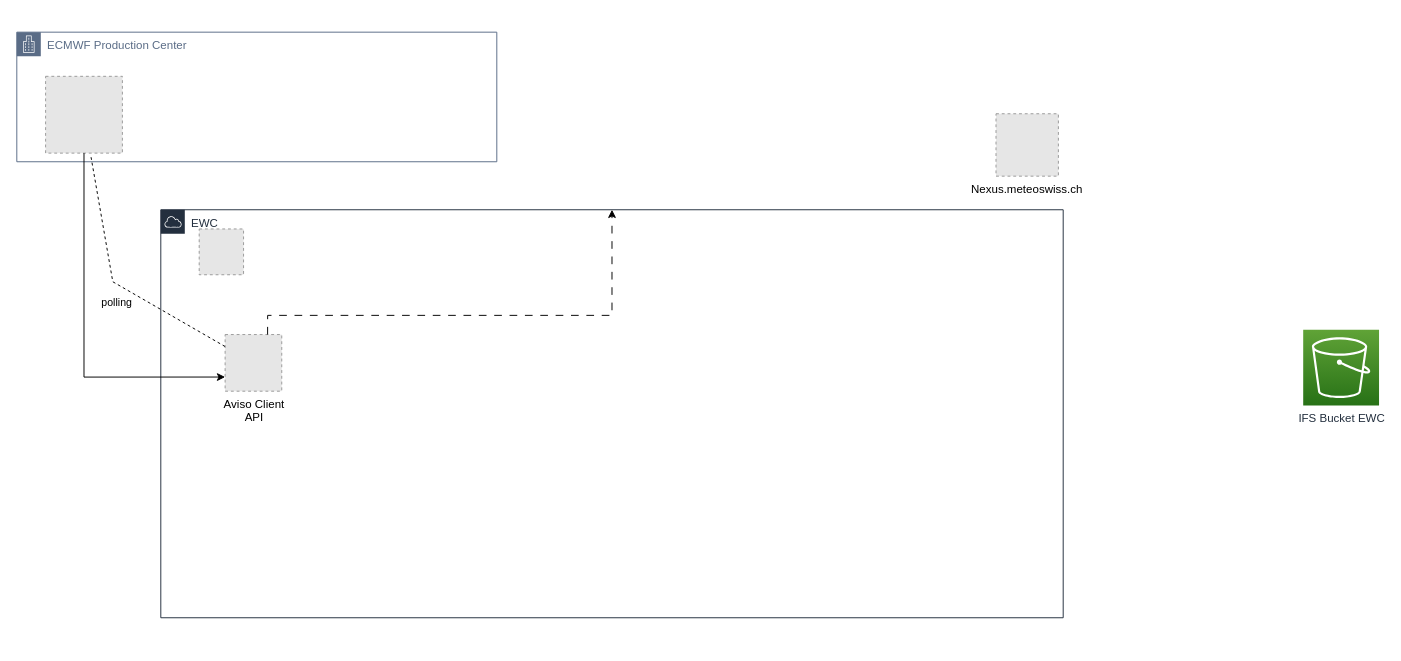
Earlier version of the draw.io diagram EWC Version von Flexpart-poc.drawio (victoria-cherkas/aws_poc_design). Source tidied: cells renumbered, new cells numbered last; positions are measured from the earlier drawing's top-left corner, leaving out a move shared by most shapes. Both pictures are drawn from the tidied source at 96%, with x=0, y=0 at pixel (16, 32). Pictures stored in the file or linked from it are replaced by grey dashed boxes.
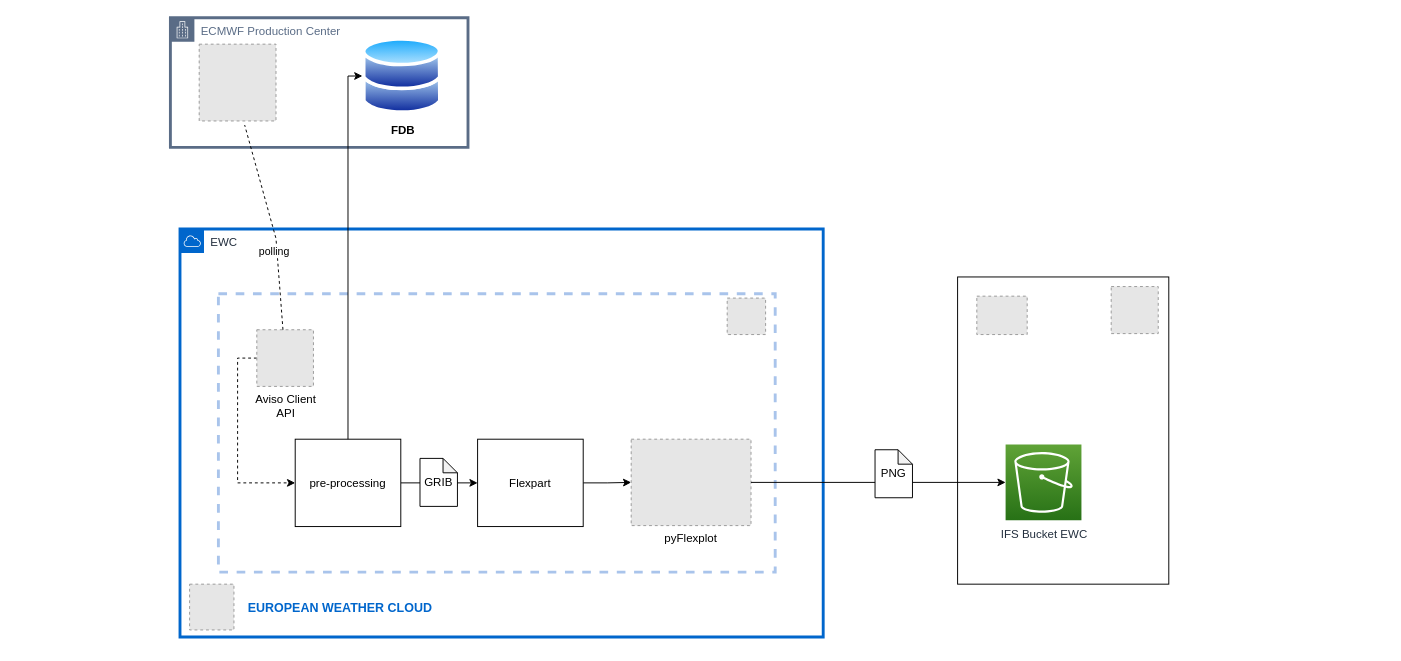
The same diagram, later.

What changed in the source:
```diff
@@
-    <mxCell id="2" value="Nexus.meteoswiss.ch" style="fillColor=#E6E6E6;strokeColor=#999999;dashed=1;verticalLabelPosition=bottom;labelBackgroundColor=default;verticalAlign=top;" parent="1" vertex="1">
-      <mxGeometry x="1020" y="85" width="65" height="65" as="geometry" />
-    </mxCell>
+    <mxCell id="14" style="rounded=0;whiteSpace=wrap;html=1;fillColor=none;" parent="1" vertex="1">
+      <mxGeometry x="980" y="255" width="220" height="320" as="geometry" />
+    </mxCell>
-    <mxCell id="3" value="EWC" style="points=[[0,0],[0.25,0],[0.5,0],[0.75,0],[1,0],[1,0.25],[1,0.5],[1,0.75],[1,1],[0.75,1],[0.5,1],[0.25,1],[0,1],[0,0.75],[0,0.5],[0,0.25]];outlineConnect=0;gradientColor=none;html=1;whiteSpace=wrap;fontSize=12;fontStyle=0;shape=mxgraph.aws4.group;grIcon=mxgraph.aws4.group_aws_cloud;strokeColor=#232F3E;fillColor=none;verticalAlign=top;align=left;spacingLeft=30;fontColor=#232F3E;dashed=0;" parent="1" vertex="1">
-      <mxGeometry x="150" y="185" width="940" height="425" as="geometry" />
+    <mxCell id="3" value="EWC" style="points=[[0,0],[0.25,0],[0.5,0],[0.75,0],[1,0],[1,0.25],[1,0.5],[1,0.75],[1,1],[0.75,1],[0.5,1],[0.25,1],[0,1],[0,0.75],[0,0.5],[0,0.25]];outlineConnect=0;gradientColor=none;html=1;whiteSpace=wrap;fontSize=12;fontStyle=0;shape=mxgraph.aws4.group;grIcon=mxgraph.aws4.group_aws_cloud;strokeColor=#0066CC;fillColor=none;verticalAlign=top;align=left;spacingLeft=30;fontColor=#232F3E;strokeWidth=3;" parent="1" vertex="1">
+      <mxGeometry x="170" y="205" width="670" height="425" as="geometry" />
     </mxCell>
+    <mxCell id="15" style="rounded=0;whiteSpace=wrap;html=1;fillColor=none;strokeColor=#A9C4EB;strokeWidth=3;dashed=1;perimeterSpacing=3;" parent="3" vertex="1">
+      <mxGeometry x="40" y="67.5" width="580" height="290" as="geometry" />
+    </mxCell>
+    <mxCell id="16" style="edgeStyle=orthogonalEdgeStyle;rounded=0;jettySize=auto;html=1;entryX=0;entryY=0.5;entryDx=0;entryDy=0;exitX=0;exitY=0.5;exitDx=0;exitDy=0;dashed=1;" parent="3" edge="1" source="4" target="18">
+      <mxGeometry relative="1" as="geometry" />
+    </mxCell>
     <mxCell id="4" value="&lt;div&gt;Aviso Client &lt;br&gt;&lt;/div&gt;&lt;div&gt;API&lt;/div&gt;" style="fillColor=#E6E6E6;strokeColor=#999999;dashed=1;html=1;verticalAlign=top;verticalLabelPosition=bottom;labelBackgroundColor=#ffffff;" parent="3" vertex="1">
-      <mxGeometry x="67" y="130" width="59" height="59" as="geometry" />
+      <mxGeometry x="80" y="105" width="59" height="59" as="geometry" />
     </mxCell>
     <mxCell id="5" style="fillColor=#E6E6E6;strokeColor=#999999;dashed=1;verticalLabelPosition=bottom;labelBackgroundColor=default;verticalAlign=top;" parent="3" vertex="1">
-      <mxGeometry x="40" y="20" width="46.2" height="47.7" as="geometry" />
+      <mxGeometry x="10" y="370" width="46.2" height="47.7" as="geometry" />
     </mxCell>
-    <mxCell id="6" style="edgeStyle=orthogonalEdgeStyle;rounded=0;jettySize=auto;html=1;exitX=0.75;exitY=0;exitDx=0;exitDy=0;dashed=1;dashPattern=8 8;" parent="3" edge="1" source="4" target="3">
-      <mxGeometry relative="1" as="geometry" />
-    </mxCell>
+    <mxCell id="17" style="edgeStyle=orthogonalEdgeStyle;rounded=0;jettySize=auto;html=1;exitX=1;exitY=0.5;exitDx=0;exitDy=0;entryX=0;entryY=0.5;entryDx=0;entryDy=0;" parent="3" edge="1" source="18" target="20">
+      <mxGeometry relative="1" as="geometry" />
+    </mxCell>
+    <mxCell id="18" value="pre-processing" style="rounded=0;whiteSpace=wrap;html=1;" parent="3" vertex="1">
+      <mxGeometry x="120" y="219" width="110" height="91" as="geometry" />
+    </mxCell>
+    <mxCell id="19" style="edgeStyle=orthogonalEdgeStyle;rounded=0;jettySize=auto;html=1;exitX=1;exitY=0.5;exitDx=0;exitDy=0;entryX=0;entryY=0.5;entryDx=0;entryDy=0;" parent="3" edge="1" source="20" target="23">
+      <mxGeometry relative="1" as="geometry" />
+    </mxCell>
+    <mxCell id="20" value="Flexpart" style="rounded=0;whiteSpace=wrap;html=1;" parent="3" vertex="1">
+      <mxGeometry x="310" y="219" width="110" height="91" as="geometry" />
+    </mxCell>
+    <mxCell id="21" style="fillColor=#E6E6E6;strokeColor=#999999;dashed=1;html=1;verticalLabelPosition=bottom;labelBackgroundColor=#ffffff;verticalAlign=top;fontColor=default;" parent="3" vertex="1">
+      <mxGeometry x="570" y="72" width="40" height="38" as="geometry" />
+    </mxCell>
+    <mxCell id="22" value="&lt;b&gt;&lt;font color=&quot;#0066cc&quot; style=&quot;font-size: 13px;&quot;&gt;EUROPEAN WEATHER CLOUD&lt;/font&gt;&lt;/b&gt;" style="text;html=1;strokeColor=none;fillColor=none;align=center;verticalAlign=middle;whiteSpace=wrap;rounded=0;" parent="3" vertex="1">
+      <mxGeometry x="67" y="378.9" width="200" height="30" as="geometry" />
+    </mxCell>
+    <mxCell id="23" value="pyFlexplot" style="fillColor=#E6E6E6;strokeColor=#999999;dashed=1;verticalLabelPosition=bottom;verticalAlign=top;" parent="3" vertex="1">
+      <mxGeometry x="470" y="219" width="124.8" height="90" as="geometry" />
+    </mxCell>
+    <mxCell id="24" value="GRIB" style="shape=note;whiteSpace=wrap;html=1;backgroundOutline=1;darkOpacity=0.05;size=15;" parent="3" vertex="1">
+      <mxGeometry x="250" y="239" width="39" height="50" as="geometry" />
+    </mxCell>
-    <mxCell id="7" value="ECMWF Production Center" style="gradientColor=none;html=1;whiteSpace=wrap;fontSize=12;fontStyle=0;shape=mxgraph.aws4.group;grIcon=mxgraph.aws4.group_corporate_data_center;strokeColor=#5A6C86;fillColor=none;verticalAlign=top;align=left;spacingLeft=30;fontColor=#5A6C86;dashed=0;" parent="1" vertex="1">
-      <mxGeometry width="500" height="135" as="geometry" />
+    <mxCell id="7" value="ECMWF Production Center" style="gradientColor=none;html=1;whiteSpace=wrap;fontSize=12;fontStyle=0;shape=mxgraph.aws4.group;grIcon=mxgraph.aws4.group_corporate_data_center;strokeColor=#5A6C86;fillColor=none;verticalAlign=top;align=left;spacingLeft=30;fontColor=#5A6C86;strokeWidth=3;" parent="1" vertex="1">
+      <mxGeometry x="160" y="-15" width="310" height="135" as="geometry" />
     </mxCell>
     <mxCell id="8" style="fillColor=#E6E6E6;strokeColor=#999999;dashed=1;verticalLabelPosition=bottom;labelBackgroundColor=default;verticalAlign=top;" parent="7" vertex="1">
-      <mxGeometry x="30" y="46" width="80" height="80" as="geometry" />
+      <mxGeometry x="30" y="27.5" width="80" height="80" as="geometry" />
     </mxCell>
+    <mxCell id="25" value="&lt;b&gt;FDB&lt;/b&gt;" style="image;perimeter=ellipsePerimeter;html=1;align=center;shadow=0;dashed=0;spacingTop=3;image=img/lib/active_directory/databases.svg;" parent="7" vertex="1">
+      <mxGeometry x="200" y="20" width="83" height="81.3" as="geometry" />
+    </mxCell>
     <mxCell id="9" style="endArrow=none;dashed=1;html=1;rounded=0;entryX=0.592;entryY=1.053;entryDx=0;entryDy=0;entryPerimeter=0;" parent="1" edge="1" source="4" target="8">
       <mxGeometry relative="1" as="geometry">
         <Array as="points">
-          <mxPoint x="100" y="260" />
+          <mxPoint x="270" y="215" />
         </Array>
       </mxGeometry>
     </mxCell>
@@
-    <mxCell id="11" style="edgeStyle=orthogonalEdgeStyle;rounded=0;jettySize=auto;html=1;exitX=0.5;exitY=1;exitDx=0;exitDy=0;entryX=0;entryY=0.75;entryDx=0;entryDy=0;" parent="1" edge="1" source="8" target="4">
-      <mxGeometry relative="1" as="geometry" />
-    </mxCell>
@@
     <mxCell id="13" value="IFS Bucket EWC&lt;br&gt;" style="sketch=0;points=[[0,0,0],[0.25,0,0],[0.5,0,0],[0.75,0,0],[1,0,0],[0,1,0],[0.25,1,0],[0.5,1,0],[0.75,1,0],[1,1,0],[0,0.25,0],[0,0.5,0],[0,0.75,0],[1,0.25,0],[1,0.5,0],[1,0.75,0]];outlineConnect=0;fontColor=#232F3E;gradientColor=#60A337;gradientDirection=north;fillColor=#277116;strokeColor=#ffffff;dashed=0;verticalLabelPosition=bottom;verticalAlign=top;align=center;html=1;fontSize=12;fontStyle=0;shape=mxgraph.aws4.resourceIcon;resIcon=mxgraph.aws4.s3;" parent="1" vertex="1">
-      <mxGeometry x="1340" y="310" width="79" height="79" as="geometry" />
+      <mxGeometry x="1030" y="429.5" width="79" height="79" as="geometry" />
     </mxCell>
+    <mxCell id="26" style="fillColor=#E6E6E6;strokeColor=#999999;dashed=1;verticalLabelPosition=bottom;verticalAlign=top;" parent="1" vertex="1">
+      <mxGeometry x="1000" y="275" width="52.5" height="40" as="geometry" />
+    </mxCell>
+    <mxCell id="27" style="fillColor=#E6E6E6;strokeColor=#999999;dashed=1;verticalLabelPosition=bottom;verticalAlign=top;" parent="1" vertex="1">
+      <mxGeometry x="1140" y="265" width="49" height="49" as="geometry" />
+    </mxCell>
+    <mxCell id="28" style="edgeStyle=orthogonalEdgeStyle;rounded=0;jettySize=auto;html=1;exitX=1;exitY=0.5;exitDx=0;exitDy=0;entryX=0;entryY=0.5;entryDx=0;entryDy=0;entryPerimeter=0;" parent="1" edge="1" source="23" target="13">
+      <mxGeometry relative="1" as="geometry" />
+    </mxCell>
+    <mxCell id="29" value="PNG" style="shape=note;whiteSpace=wrap;html=1;backgroundOutline=1;darkOpacity=0.05;size=15;" parent="1" vertex="1">
+      <mxGeometry x="894" y="435" width="39" height="50" as="geometry" />
+    </mxCell>
+    <mxCell id="30" style="edgeStyle=orthogonalEdgeStyle;rounded=0;jettySize=auto;html=1;exitX=0.5;exitY=0;exitDx=0;exitDy=0;entryX=0;entryY=0.5;entryDx=0;entryDy=0;strokeColor=default;" parent="1" edge="1" source="18" target="25">
+      <mxGeometry relative="1" as="geometry">
+        <Array as="points">
+          <mxPoint x="345" y="46" />
+        </Array>
+      </mxGeometry>
+    </mxCell>
```
